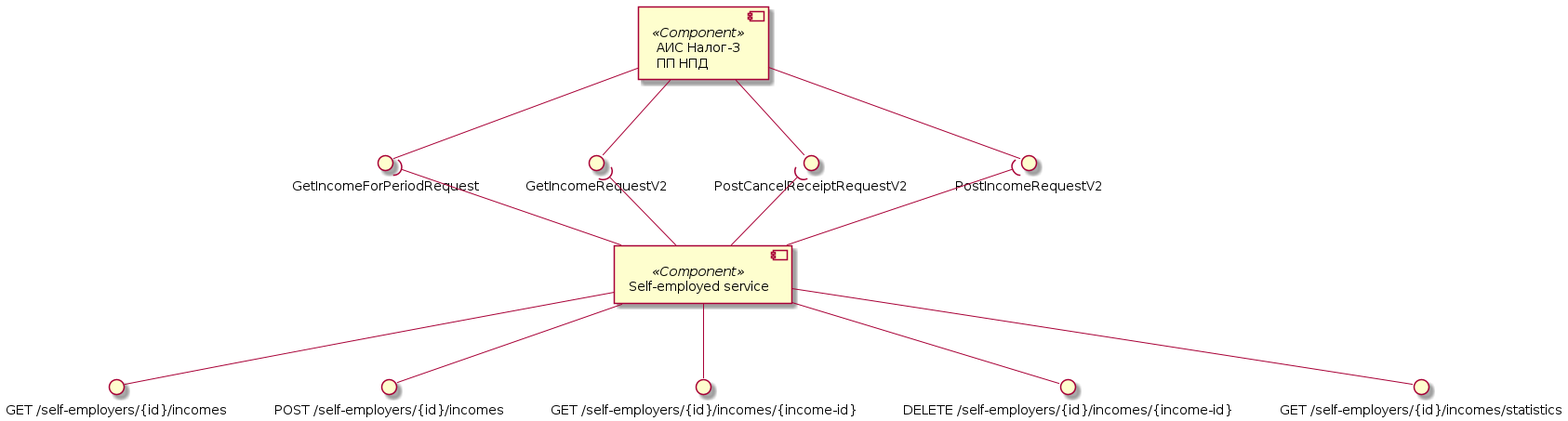
The PlantUML diagram assets/images/diagrams/self-employed-service/components/incomes-components.png in RaikBitters/ibank-internal-services, before a commit.
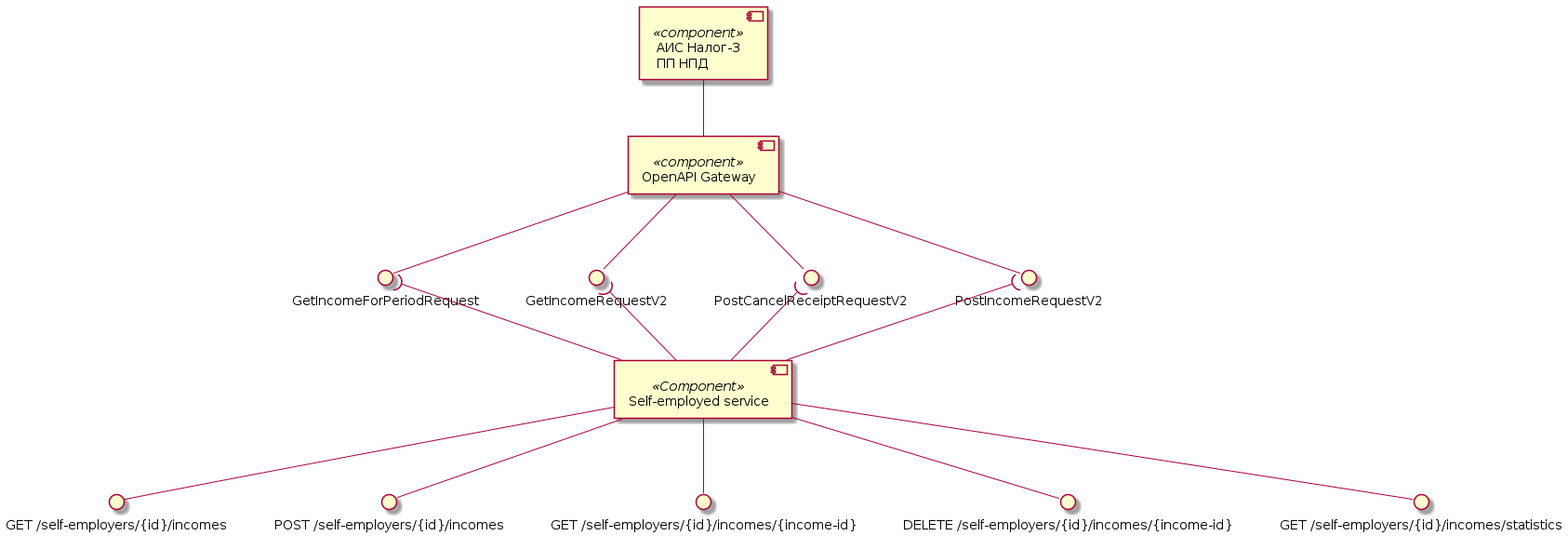
Above is the later version.

Commit message:
Updated self-empl components diagram.

The edit, as a diff of the source:
```diff
@@ -1,15 +1,17 @@
 @startuml incomes-components
 
-component "АИС Налог-3\nПП НПД" as Tax3 <<Component>>
+component "АИС Налог-3\nПП НПД" as Tax3 <<component>>
+component "OpenAPI Gateway" as OpenAPI <<component>>
 interface "PostIncomeRequestV2" as PostIncome
 interface "PostCancelReceiptRequestV2" as PostCancelReceipt
 interface "GetIncomeRequestV2" as GetIncome
 interface "GetIncomeForPeriodRequest" as GetIncomeForPeriod
 
-Tax3 --() PostIncome
-Tax3 --() PostCancelReceipt
-Tax3 --() GetIncome
-Tax3 --() GetIncomeForPeriod
+Tax3 -- OpenAPI
+OpenAPI --() PostIncome
+OpenAPI --() PostCancelReceipt
+OpenAPI --() GetIncome
+OpenAPI --() GetIncomeForPeriod
 
 component "Self-employed service" as SelfEmplService <<Component>>
 interface "GET /self-employers/{id}/incomes" as getIncomes
```
